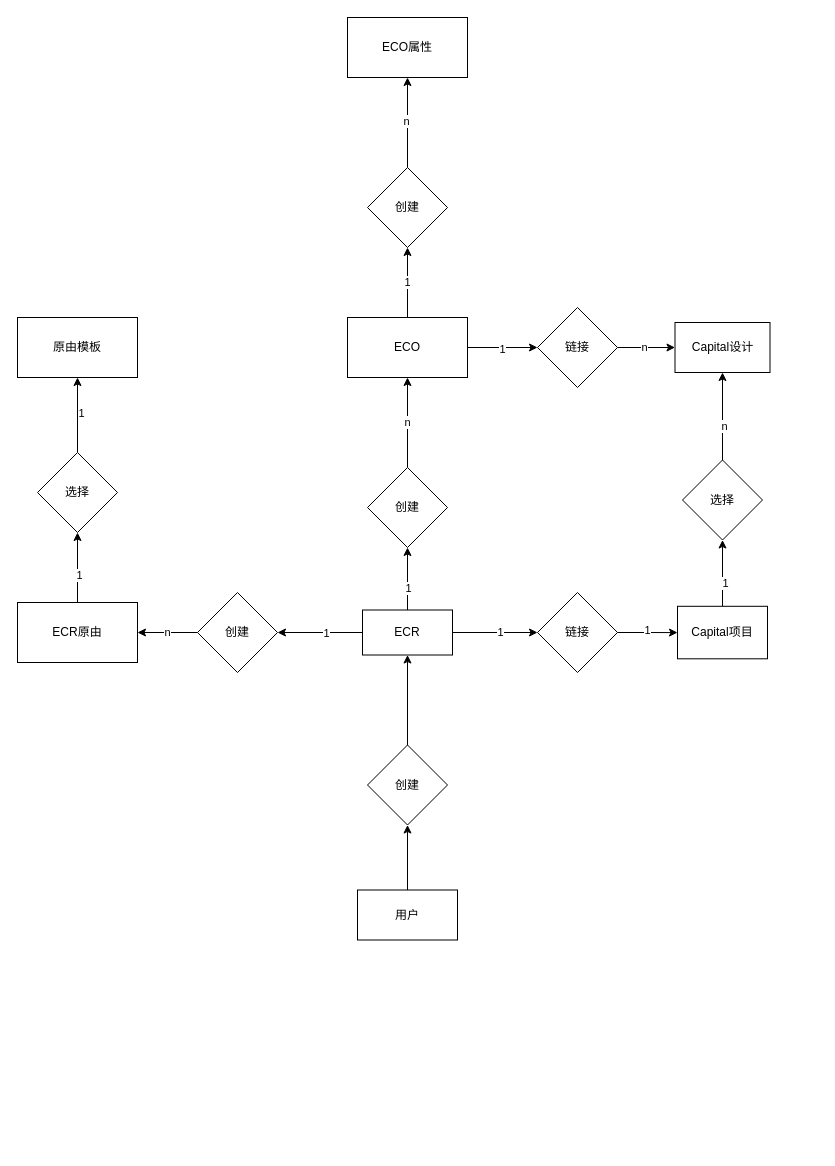
Before: ECR/系统ER图.drawio in Merlin218/draw-file, a draw.io diagram. Source tidied: cells renumbered, new cells numbered last; positions are measured from the earlier drawing's top-left corner, leaving out a move shared by most shapes. Both pictures are drawn from the tidied source at 100%, with x=0, y=0 at pixel (17, 17).
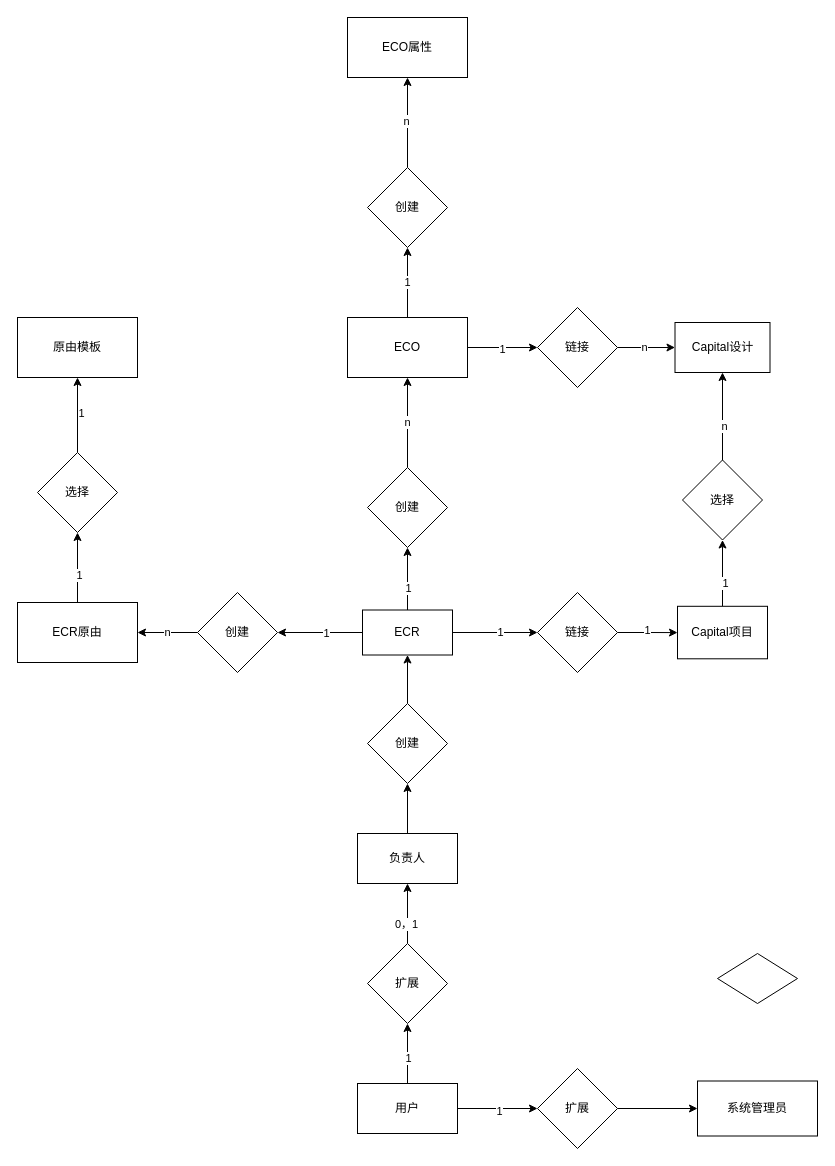
The same page after the edit.

Commit message (it also covers changes not shown here):
更新系统ER图.drawio

Change to the diagram source:
```diff
@@
-    <mxCell id="2" style="edgeStyle=orthogonalEdgeStyle;rounded=0;jettySize=auto;html=1;" parent="1" edge="1" source="3" target="5">
+    <mxCell id="2" style="edgeStyle=orthogonalEdgeStyle;rounded=0;jettySize=auto;html=1;" parent="1" edge="1" source="49" target="5">
       <mxGeometry relative="1" as="geometry" />
     </mxCell>
+    <mxCell id="45" style="edgeStyle=orthogonalEdgeStyle;rounded=0;jettySize=auto;html=1;" parent="1" edge="1" source="3" target="54">
+      <mxGeometry relative="1" as="geometry" />
+    </mxCell>
+    <mxCell id="46" value="1" style="edgeLabel;html=1;align=center;verticalAlign=middle;" parent="45" vertex="1">
+      <mxGeometry x="0.03" y="-2" relative="1" as="geometry" />
+    </mxCell>
     <mxCell id="3" value="用户" style="rounded=0;whiteSpace=wrap;html=1;" parent="1" vertex="1">
-      <mxGeometry x="340" y="872.5" width="100" height="50" as="geometry" />
+      <mxGeometry x="340" y="1066" width="100" height="50" as="geometry" />
     </mxCell>
@@
     <mxCell id="5" value="创建" style="rhombus;whiteSpace=wrap;html=1;rounded=0;" parent="1" vertex="1">
-      <mxGeometry x="350" y="727.5" width="80" height="80" as="geometry" />
+      <mxGeometry x="350" y="686" width="80" height="80" as="geometry" />
     </mxCell>
@@
+    <mxCell id="47" style="edgeStyle=orthogonalEdgeStyle;rounded=0;jettySize=auto;html=1;" parent="1" edge="1" source="52" target="49">
+      <mxGeometry relative="1" as="geometry" />
+    </mxCell>
+    <mxCell id="48" value="0，1" style="edgeLabel;html=1;align=center;verticalAlign=middle;" parent="47" vertex="1">
+      <mxGeometry x="-0.35" y="2" relative="1" as="geometry" />
+    </mxCell>
+    <mxCell id="49" value="负责人" style="rounded=0;whiteSpace=wrap;html=1;" parent="1" vertex="1">
+      <mxGeometry x="340" y="816" width="100" height="50" as="geometry" />
+    </mxCell>
+    <mxCell id="50" style="edgeStyle=orthogonalEdgeStyle;rounded=0;jettySize=auto;html=1;" parent="1" edge="1" source="3" target="52">
+      <mxGeometry relative="1" as="geometry" />
+    </mxCell>
+    <mxCell id="51" value="1" style="edgeLabel;html=1;align=center;verticalAlign=middle;" parent="50" vertex="1">
+      <mxGeometry x="-0.14" relative="1" as="geometry" />
+    </mxCell>
+    <mxCell id="52" value="扩展" style="rhombus;whiteSpace=wrap;html=1;rounded=0;" parent="1" vertex="1">
+      <mxGeometry x="350" y="926" width="80" height="80" as="geometry" />
+    </mxCell>
+    <mxCell id="53" style="edgeStyle=orthogonalEdgeStyle;rounded=0;jettySize=auto;html=1;" parent="1" edge="1" source="54" target="55">
+      <mxGeometry relative="1" as="geometry" />
+    </mxCell>
+    <mxCell id="54" value="扩展" style="rhombus;whiteSpace=wrap;html=1;rounded=0;" parent="1" vertex="1">
+      <mxGeometry x="520" y="1051" width="80" height="80" as="geometry" />
+    </mxCell>
+    <mxCell id="55" value="系统管理员" style="whiteSpace=wrap;html=1;rounded=0;" parent="1" vertex="1">
+      <mxGeometry x="680" y="1063.5" width="120" height="55" as="geometry" />
+    </mxCell>
+    <mxCell id="56" style="rhombus;whiteSpace=wrap;html=1;" parent="1" vertex="1">
+      <mxGeometry x="700" y="936" width="80" height="50" as="geometry" />
+    </mxCell>
```
